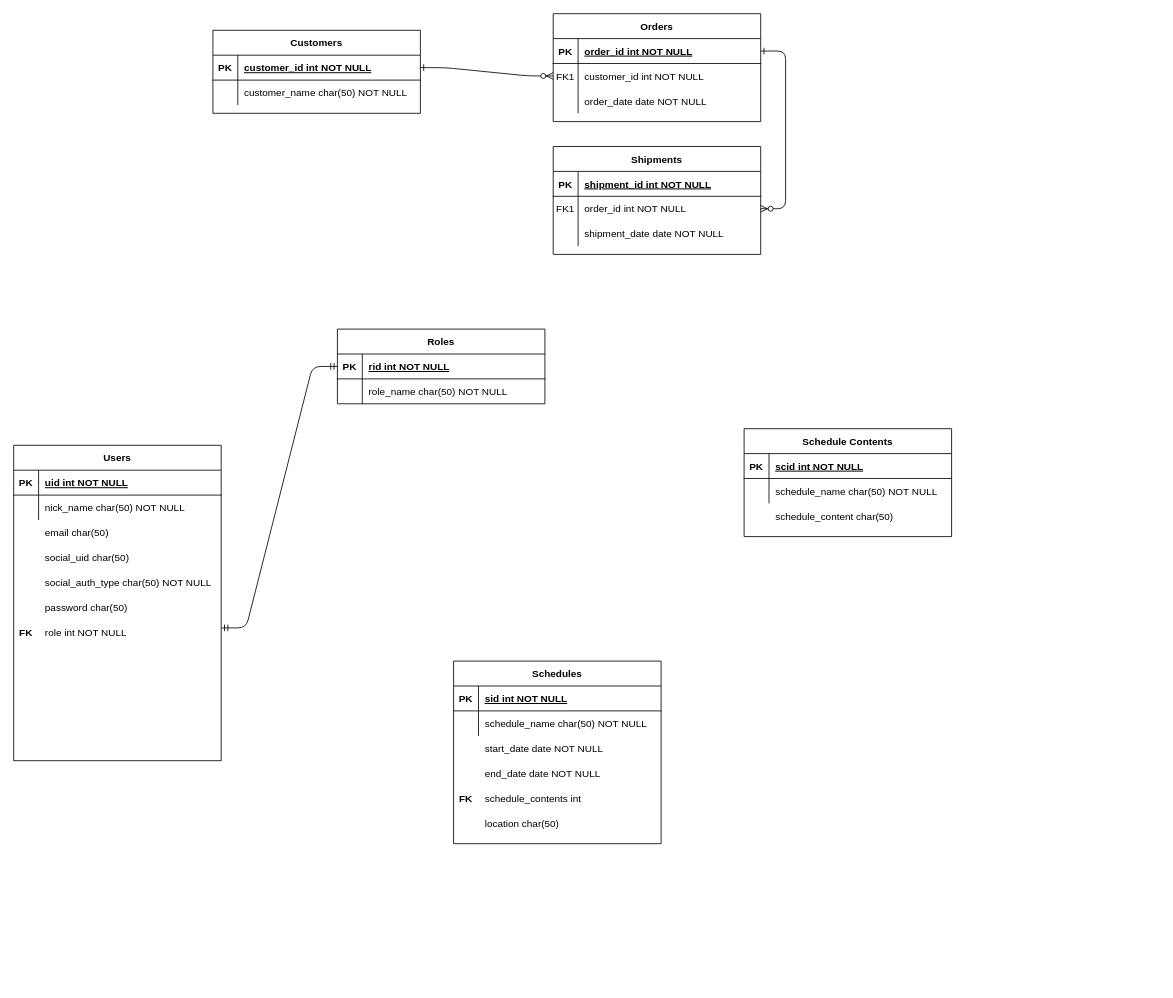
Earlier version of the draw.io diagram page "Page-2" (2 of 2) of ERD.drawio (3tudy/kotlin). Source tidied: cells renumbered, new cells numbered last; positions are measured from the earlier drawing's top-left corner, leaving out a move shared by most shapes. Both pictures are drawn from the tidied source at 83%, with x=0, y=0 at pixel (13, 13).
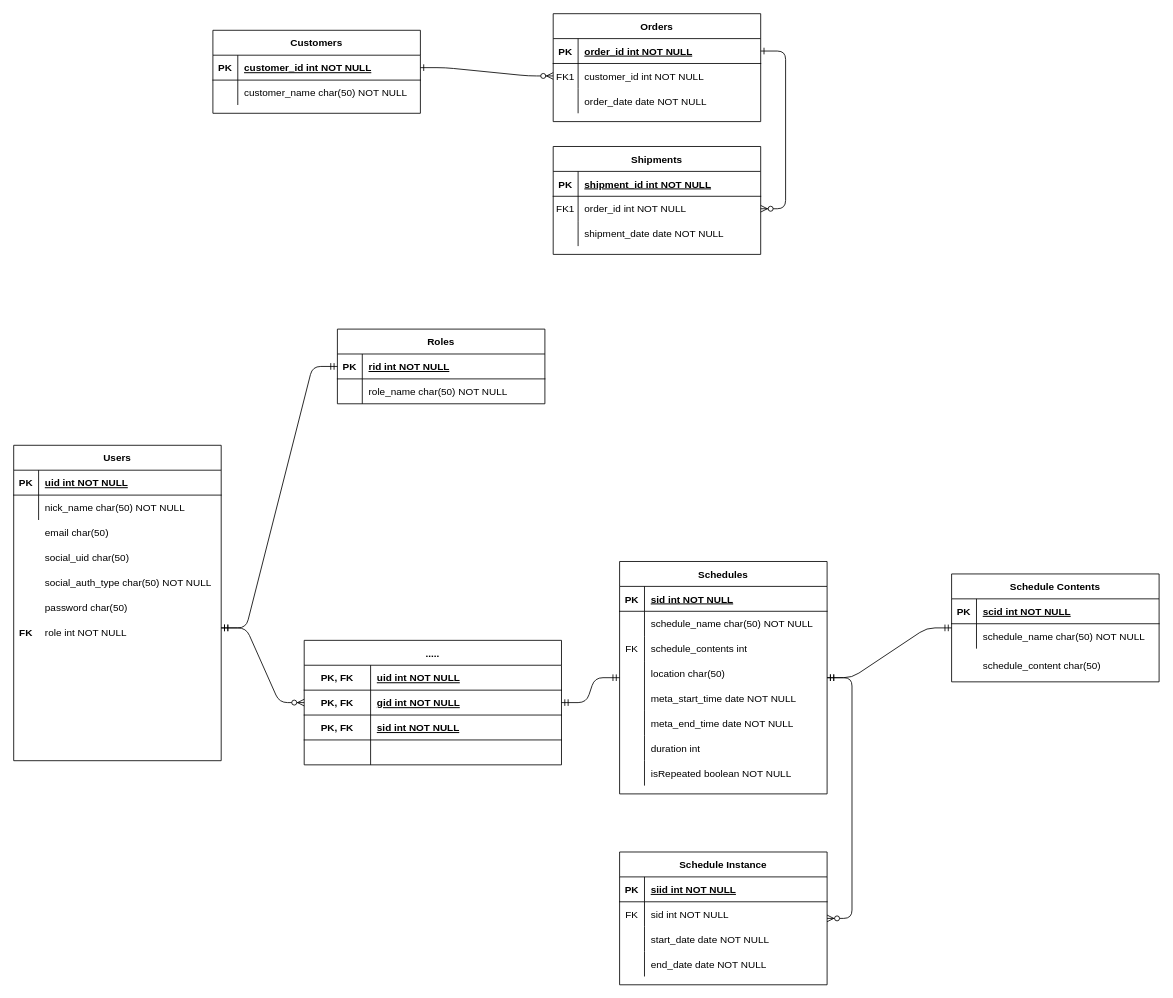
After the change.

What changed in the source:
```diff
@@
-    <mxCell id="52" value="Schedules" style="shape=table;startSize=30;childLayout=tableLayout;rowLines=0;fontStyle=1;align=center;" parent="1" vertex="1">
-      <mxGeometry x="530" y="780" width="250" height="220" as="geometry" />
-    </mxCell>
-    <mxCell id="53" style="shape=partialRectangle;fillColor=none;top=0;left=0;right=0;bottom=1;" parent="52" vertex="1">
-      <mxGeometry y="30" width="250" height="30" as="geometry" />
-    </mxCell>
-    <mxCell id="54" value="PK" style="shape=partialRectangle;overflow=hidden;fillColor=none;top=0;left=0;bottom=0;right=0;fontStyle=1;" parent="53" vertex="1">
-      <mxGeometry width="30" height="30" as="geometry" />
-    </mxCell>
-    <mxCell id="55" value="sid int NOT NULL " style="shape=partialRectangle;overflow=hidden;fillColor=none;top=0;left=0;bottom=0;right=0;align=left;spacingLeft=6;fontStyle=5;" parent="53" vertex="1">
-      <mxGeometry x="30" width="220" height="30" as="geometry" />
-    </mxCell>
-    <mxCell id="56" style="shape=partialRectangle;fillColor=none;top=0;left=0;right=0;bottom=0;" parent="52" vertex="1">
-      <mxGeometry y="60" width="250" height="30" as="geometry" />
-    </mxCell>
-    <mxCell id="57" style="shape=partialRectangle;overflow=hidden;fillColor=none;top=0;left=0;bottom=0;right=0;" parent="56" vertex="1">
-      <mxGeometry width="30" height="30" as="geometry" />
-    </mxCell>
-    <mxCell id="58" value="schedule_name char(50) NOT NULL" style="shape=partialRectangle;overflow=hidden;fillColor=none;top=0;left=0;bottom=0;right=0;align=left;spacingLeft=6;" parent="56" vertex="1">
-      <mxGeometry x="30" width="220" height="30" as="geometry" />
-    </mxCell>
-    <mxCell id="59" style="shape=partialRectangle;fillColor=none;top=0;left=0;right=0;bottom=0;" parent="1" vertex="1">
-      <mxGeometry x="540" y="850" width="250" height="30" as="geometry" />
-    </mxCell>
-    <mxCell id="60" style="shape=partialRectangle;overflow=hidden;fillColor=none;top=0;left=0;bottom=0;right=0;" parent="59" vertex="1">
-      <mxGeometry width="30" height="30" as="geometry" />
-    </mxCell>
-    <mxCell id="61" value="start_date date NOT NULL" style="shape=partialRectangle;overflow=hidden;fillColor=none;top=0;left=0;bottom=0;right=0;align=left;spacingLeft=6;" parent="1" vertex="1">
-      <mxGeometry x="560" y="870" width="220" height="30" as="geometry" />
-    </mxCell>
-    <mxCell id="62" value="end_date date NOT NULL" style="shape=partialRectangle;overflow=hidden;fillColor=none;top=0;left=0;bottom=0;right=0;align=left;spacingLeft=6;" parent="1" vertex="1">
-      <mxGeometry x="560" y="900" width="220" height="30" as="geometry" />
-    </mxCell>
-    <mxCell id="63" value="schedule_contents int" style="shape=partialRectangle;overflow=hidden;fillColor=none;top=0;left=0;bottom=0;right=0;align=left;spacingLeft=6;" parent="1" vertex="1">
-      <mxGeometry x="560" y="930" width="220" height="30" as="geometry" />
-    </mxCell>
-    <mxCell id="64" value="FK" style="shape=partialRectangle;overflow=hidden;fillColor=none;top=0;left=0;bottom=0;right=0;fontStyle=1;" parent="1" vertex="1">
-      <mxGeometry x="530" y="930" width="30" height="30" as="geometry" />
-    </mxCell>
     <mxCell id="65" value="Schedule Contents" style="shape=table;startSize=30;childLayout=tableLayout;rowLines=0;fontStyle=1;align=center;" parent="1" vertex="1">
-      <mxGeometry x="880" y="500" width="250" height="130" as="geometry" />
+      <mxGeometry x="1130" y="675" width="250" height="130" as="geometry" />
     </mxCell>
@@
+    <mxCell id="73" value="schedule_content char(50)" style="shape=partialRectangle;overflow=hidden;fillColor=none;top=0;left=0;bottom=0;right=0;align=left;spacingLeft=6;" parent="1" vertex="1">
+      <mxGeometry x="1160" y="770" width="220" height="30" as="geometry" />
+    </mxCell>
+    <mxCell id="74" value="....." style="shape=table;startSize=30;childLayout=tableLayout;rowLines=0;fontStyle=1;align=center;" parent="1" vertex="1">
+      <mxGeometry x="350" y="755" width="310" height="150" as="geometry" />
+    </mxCell>
+    <mxCell id="75" style="shape=partialRectangle;fillColor=none;top=0;left=0;right=0;bottom=1;" parent="74" vertex="1">
+      <mxGeometry y="30" width="310" height="30" as="geometry" />
+    </mxCell>
+    <mxCell id="76" value="PK, FK" style="shape=partialRectangle;overflow=hidden;fillColor=none;top=0;left=0;bottom=0;right=0;fontStyle=1;" parent="75" vertex="1">
+      <mxGeometry width="80" height="30" as="geometry" />
+    </mxCell>
+    <mxCell id="77" value="uid int NOT NULL " style="shape=partialRectangle;overflow=hidden;fillColor=none;top=0;left=0;bottom=0;right=0;align=left;spacingLeft=6;fontStyle=5;" parent="75" vertex="1">
+      <mxGeometry x="80" width="230" height="30" as="geometry" />
+    </mxCell>
+    <mxCell id="78" style="shape=partialRectangle;fillColor=none;points=[[0,0.5],[1,0.5]];portConstraint=eastwest;top=0;left=0;right=0;bottom=1;" parent="74" vertex="1">
+      <mxGeometry y="60" width="310" height="30" as="geometry" />
+    </mxCell>
+    <mxCell id="79" value="PK, FK" style="shape=partialRectangle;overflow=hidden;fillColor=none;top=0;left=0;bottom=0;right=0;fontStyle=1;" parent="78" vertex="1">
+      <mxGeometry width="80" height="30" as="geometry" />
+    </mxCell>
+    <mxCell id="80" value="gid int NOT NULL " style="shape=partialRectangle;overflow=hidden;fillColor=none;top=0;left=0;bottom=0;right=0;align=left;spacingLeft=6;fontStyle=5;" parent="78" vertex="1">
+      <mxGeometry x="80" width="230" height="30" as="geometry" />
+    </mxCell>
+    <mxCell id="81" style="shape=partialRectangle;fillColor=none;top=0;left=0;right=0;bottom=1;" parent="74" vertex="1">
+      <mxGeometry y="90" width="310" height="30" as="geometry" />
+    </mxCell>
+    <mxCell id="82" value="PK, FK" style="shape=partialRectangle;overflow=hidden;fillColor=none;top=0;left=0;bottom=0;right=0;fontStyle=1;" parent="81" vertex="1">
+      <mxGeometry width="80" height="30" as="geometry" />
+    </mxCell>
+    <mxCell id="55" value="sid int NOT NULL " style="shape=partialRectangle;overflow=hidden;fillColor=none;top=0;left=0;bottom=0;right=0;align=left;spacingLeft=6;fontStyle=5;" parent="81" vertex="1">
+      <mxGeometry x="80" width="230" height="30" as="geometry" />
+    </mxCell>
+    <mxCell id="83" style="shape=partialRectangle;fillColor=none;top=0;left=0;right=0;bottom=0;" parent="74" vertex="1">
+      <mxGeometry y="120" width="310" height="30" as="geometry" />
+    </mxCell>
+    <mxCell id="84" style="shape=partialRectangle;overflow=hidden;fillColor=none;top=0;left=0;bottom=0;right=0;" parent="83" vertex="1">
+      <mxGeometry width="80" height="30" as="geometry" />
+    </mxCell>
+    <mxCell id="85" style="shape=partialRectangle;overflow=hidden;fillColor=none;top=0;left=0;bottom=0;right=0;align=left;spacingLeft=6;" parent="83" vertex="1">
+      <mxGeometry x="80" width="230" height="30" as="geometry" />
+    </mxCell>
+    <mxCell id="86" style="edgeStyle=entityRelationEdgeStyle;fontSize=12;html=1;endArrow=ERzeroToMany;startArrow=ERmandOne;entryX=0;entryY=0.5;entryDx=0;entryDy=0;" parent="1" edge="1" target="78">
+      <mxGeometry relative="1" as="geometry">
+        <mxPoint x="250" y="740" as="sourcePoint" />
+      </mxGeometry>
+    </mxCell>
+    <mxCell id="87" style="edgeStyle=entityRelationEdgeStyle;fontSize=12;html=1;endArrow=ERmandOne;startArrow=ERmandOne;" parent="1" edge="1" source="74" target="52">
+      <mxGeometry relative="1" as="geometry" />
+    </mxCell>
+    <mxCell id="88" style="edgeStyle=entityRelationEdgeStyle;fontSize=12;html=1;endArrow=ERmandOne;startArrow=ERmandOne;" parent="1" edge="1" source="52" target="65">
+      <mxGeometry relative="1" as="geometry" />
+    </mxCell>
+    <mxCell id="89" value="Schedule Instance" style="shape=table;startSize=30;childLayout=tableLayout;rowLines=0;fontStyle=1;align=center;" parent="1" vertex="1">
+      <mxGeometry x="730" y="1010" width="250" height="160" as="geometry" />
+    </mxCell>
+    <mxCell id="90" style="shape=partialRectangle;fillColor=none;top=0;left=0;bottom=1;right=0;" parent="89" vertex="1">
+      <mxGeometry y="30" width="250" height="30" as="geometry" />
+    </mxCell>
+    <mxCell id="91" value="PK" style="shape=partialRectangle;fillColor=none;top=0;left=0;bottom=0;right=0;fontStyle=1;overflow=hidden;" parent="90" vertex="1">
+      <mxGeometry width="30" height="30" as="geometry" />
+    </mxCell>
+    <mxCell id="92" value="siid int NOT NULL" style="shape=partialRectangle;fillColor=none;top=0;left=0;bottom=0;right=0;align=left;spacingLeft=6;fontStyle=5;overflow=hidden;" parent="90" vertex="1">
+      <mxGeometry x="30" width="220" height="30" as="geometry" />
+    </mxCell>
+    <mxCell id="93" style="shape=partialRectangle;fillColor=none;top=0;left=0;bottom=0;right=0;" parent="89" vertex="1">
+      <mxGeometry y="60" width="250" height="30" as="geometry" />
+    </mxCell>
+    <mxCell id="94" value="FK" style="shape=partialRectangle;fillColor=none;top=0;left=0;bottom=0;right=0;overflow=hidden;" parent="93" vertex="1">
+      <mxGeometry width="30" height="30" as="geometry" />
+    </mxCell>
+    <mxCell id="95" value="sid int NOT NULL" style="shape=partialRectangle;fillColor=none;top=0;left=0;bottom=0;right=0;align=left;spacingLeft=6;overflow=hidden;" parent="93" vertex="1">
+      <mxGeometry x="30" width="220" height="30" as="geometry" />
+    </mxCell>
+    <mxCell id="96" style="shape=partialRectangle;fillColor=none;top=0;left=0;bottom=0;right=0;" parent="89" vertex="1">
+      <mxGeometry y="90" width="250" height="30" as="geometry" />
+    </mxCell>
+    <mxCell id="97" style="shape=partialRectangle;fillColor=none;top=0;left=0;bottom=0;right=0;overflow=hidden;" parent="96" vertex="1">
+      <mxGeometry width="30" height="30" as="geometry" />
+    </mxCell>
+    <mxCell id="61" value="start_date date NOT NULL" style="shape=partialRectangle;fillColor=none;top=0;left=0;bottom=0;right=0;align=left;spacingLeft=6;overflow=hidden;" parent="96" vertex="1">
+      <mxGeometry x="30" width="220" height="30" as="geometry" />
+    </mxCell>
+    <mxCell id="98" style="shape=partialRectangle;fillColor=none;top=0;left=0;bottom=0;right=0;" parent="89" vertex="1">
+      <mxGeometry y="120" width="250" height="30" as="geometry" />
+    </mxCell>
+    <mxCell id="99" style="shape=partialRectangle;fillColor=none;top=0;left=0;bottom=0;right=0;overflow=hidden;" parent="98" vertex="1">
+      <mxGeometry width="30" height="30" as="geometry" />
+    </mxCell>
+    <mxCell id="62" value="end_date date NOT NULL" style="shape=partialRectangle;fillColor=none;top=0;left=0;bottom=0;right=0;align=left;spacingLeft=6;overflow=hidden;" parent="98" vertex="1">
+      <mxGeometry x="30" width="220" height="30" as="geometry" />
+    </mxCell>
+    <mxCell id="52" value="Schedules" style="shape=table;startSize=30;childLayout=tableLayout;rowLines=0;fontStyle=1;align=center;" parent="1" vertex="1">
+      <mxGeometry x="730" y="660" width="250" height="280" as="geometry" />
+    </mxCell>
+    <mxCell id="100" style="shape=partialRectangle;fillColor=none;top=0;left=0;bottom=1;right=0;" parent="52" vertex="1">
+      <mxGeometry y="30" width="250" height="30" as="geometry" />
+    </mxCell>
+    <mxCell id="101" value="PK" style="shape=partialRectangle;fillColor=none;top=0;left=0;bottom=0;right=0;fontStyle=1;overflow=hidden;" parent="100" vertex="1">
+      <mxGeometry width="30" height="30" as="geometry" />
+    </mxCell>
+    <mxCell id="102" value="sid int NOT NULL" style="shape=partialRectangle;fillColor=none;top=0;left=0;bottom=0;right=0;align=left;spacingLeft=6;fontStyle=5;overflow=hidden;" parent="100" vertex="1">
+      <mxGeometry x="30" width="220" height="30" as="geometry" />
+    </mxCell>
+    <mxCell id="103" style="shape=partialRectangle;fillColor=none;top=0;left=0;bottom=0;right=0;" parent="52" vertex="1">
+      <mxGeometry y="60" width="250" height="30" as="geometry" />
+    </mxCell>
+    <mxCell id="104" style="shape=partialRectangle;fillColor=none;top=0;left=0;bottom=0;right=0;overflow=hidden;" parent="103" vertex="1">
+      <mxGeometry width="30" height="30" as="geometry" />
+    </mxCell>
+    <mxCell id="58" value="schedule_name char(50) NOT NULL" style="shape=partialRectangle;fillColor=none;top=0;left=0;bottom=0;right=0;align=left;spacingLeft=6;overflow=hidden;" parent="103" vertex="1">
+      <mxGeometry x="30" width="220" height="30" as="geometry" />
+    </mxCell>
+    <mxCell id="105" style="shape=partialRectangle;fillColor=none;top=0;left=0;bottom=0;right=0;" parent="52" vertex="1">
+      <mxGeometry y="90" width="250" height="30" as="geometry" />
+    </mxCell>
+    <mxCell id="106" value="FK" style="shape=partialRectangle;fillColor=none;top=0;left=0;bottom=0;right=0;overflow=hidden;" parent="105" vertex="1">
+      <mxGeometry width="30" height="30" as="geometry" />
+    </mxCell>
+    <mxCell id="63" value="schedule_contents int" style="shape=partialRectangle;fillColor=none;top=0;left=0;bottom=0;right=0;align=left;spacingLeft=6;overflow=hidden;" parent="105" vertex="1">
+      <mxGeometry x="30" width="220" height="30" as="geometry" />
+    </mxCell>
+    <mxCell id="107" style="shape=partialRectangle;fillColor=none;top=0;left=0;bottom=0;right=0;" parent="52" vertex="1">
+      <mxGeometry y="120" width="250" height="30" as="geometry" />
+    </mxCell>
+    <mxCell id="108" style="shape=partialRectangle;fillColor=none;top=0;left=0;bottom=0;right=0;overflow=hidden;" parent="107" vertex="1">
+      <mxGeometry width="30" height="30" as="geometry" />
+    </mxCell>
-    <mxCell id="72" value="location char(50)" style="shape=partialRectangle;overflow=hidden;fillColor=none;top=0;left=0;bottom=0;right=0;align=left;spacingLeft=6;" parent="1" vertex="1">
-      <mxGeometry x="560" y="960" width="220" height="30" as="geometry" />
+    <mxCell id="72" value="location char(50)" style="shape=partialRectangle;fillColor=none;top=0;left=0;bottom=0;right=0;align=left;spacingLeft=6;overflow=hidden;" parent="107" vertex="1">
+      <mxGeometry x="30" width="220" height="30" as="geometry" />
     </mxCell>
-    <mxCell id="73" value="schedule_content char(50)" style="shape=partialRectangle;overflow=hidden;fillColor=none;top=0;left=0;bottom=0;right=0;align=left;spacingLeft=6;" parent="1" vertex="1">
-      <mxGeometry x="910" y="590" width="220" height="30" as="geometry" />
-    </mxCell>
+    <mxCell id="109" style="shape=partialRectangle;fillColor=none;top=0;left=0;bottom=0;right=0;" parent="52" vertex="1">
+      <mxGeometry y="150" width="250" height="30" as="geometry" />
+    </mxCell>
+    <mxCell id="110" style="shape=partialRectangle;fillColor=none;top=0;left=0;bottom=0;right=0;overflow=hidden;" parent="109" vertex="1">
+      <mxGeometry width="30" height="30" as="geometry" />
+    </mxCell>
+    <mxCell id="111" value="meta_start_time date NOT NULL" style="shape=partialRectangle;fillColor=none;top=0;left=0;bottom=0;right=0;align=left;spacingLeft=6;overflow=hidden;" parent="109" vertex="1">
+      <mxGeometry x="30" width="220" height="30" as="geometry" />
+    </mxCell>
+    <mxCell id="112" style="shape=partialRectangle;fillColor=none;top=0;left=0;bottom=0;right=0;" parent="52" vertex="1">
+      <mxGeometry y="180" width="250" height="30" as="geometry" />
+    </mxCell>
+    <mxCell id="113" style="shape=partialRectangle;fillColor=none;top=0;left=0;bottom=0;right=0;overflow=hidden;" parent="112" vertex="1">
+      <mxGeometry width="30" height="30" as="geometry" />
+    </mxCell>
+    <mxCell id="114" value="meta_end_time date NOT NULL " style="shape=partialRectangle;fillColor=none;top=0;left=0;bottom=0;right=0;align=left;spacingLeft=6;overflow=hidden;" parent="112" vertex="1">
+      <mxGeometry x="30" width="220" height="30" as="geometry" />
+    </mxCell>
+    <mxCell id="115" style="shape=partialRectangle;fillColor=none;top=0;left=0;bottom=0;right=0;" parent="52" vertex="1">
+      <mxGeometry y="210" width="250" height="30" as="geometry" />
+    </mxCell>
+    <mxCell id="116" style="shape=partialRectangle;fillColor=none;top=0;left=0;bottom=0;right=0;overflow=hidden;" parent="115" vertex="1">
+      <mxGeometry width="30" height="30" as="geometry" />
+    </mxCell>
+    <mxCell id="117" value="duration int " style="shape=partialRectangle;fillColor=none;top=0;left=0;bottom=0;right=0;align=left;spacingLeft=6;overflow=hidden;" parent="115" vertex="1">
+      <mxGeometry x="30" width="220" height="30" as="geometry" />
+    </mxCell>
+    <mxCell id="118" style="shape=partialRectangle;fillColor=none;top=0;left=0;bottom=0;right=0;" parent="52" vertex="1">
+      <mxGeometry y="240" width="250" height="30" as="geometry" />
+    </mxCell>
+    <mxCell id="119" style="shape=partialRectangle;fillColor=none;top=0;left=0;bottom=0;right=0;overflow=hidden;" parent="118" vertex="1">
+      <mxGeometry width="30" height="30" as="geometry" />
+    </mxCell>
+    <mxCell id="120" value="isRepeated boolean NOT NULL" style="shape=partialRectangle;fillColor=none;top=0;left=0;bottom=0;right=0;align=left;spacingLeft=6;overflow=hidden;" parent="118" vertex="1">
+      <mxGeometry x="30" width="220" height="30" as="geometry" />
+    </mxCell>
+    <mxCell id="121" style="edgeStyle=entityRelationEdgeStyle;fontSize=12;html=1;endArrow=ERzeroToMany;startArrow=ERmandOne;" parent="1" edge="1" source="52" target="89">
+      <mxGeometry relative="1" as="geometry" />
+    </mxCell>
```
